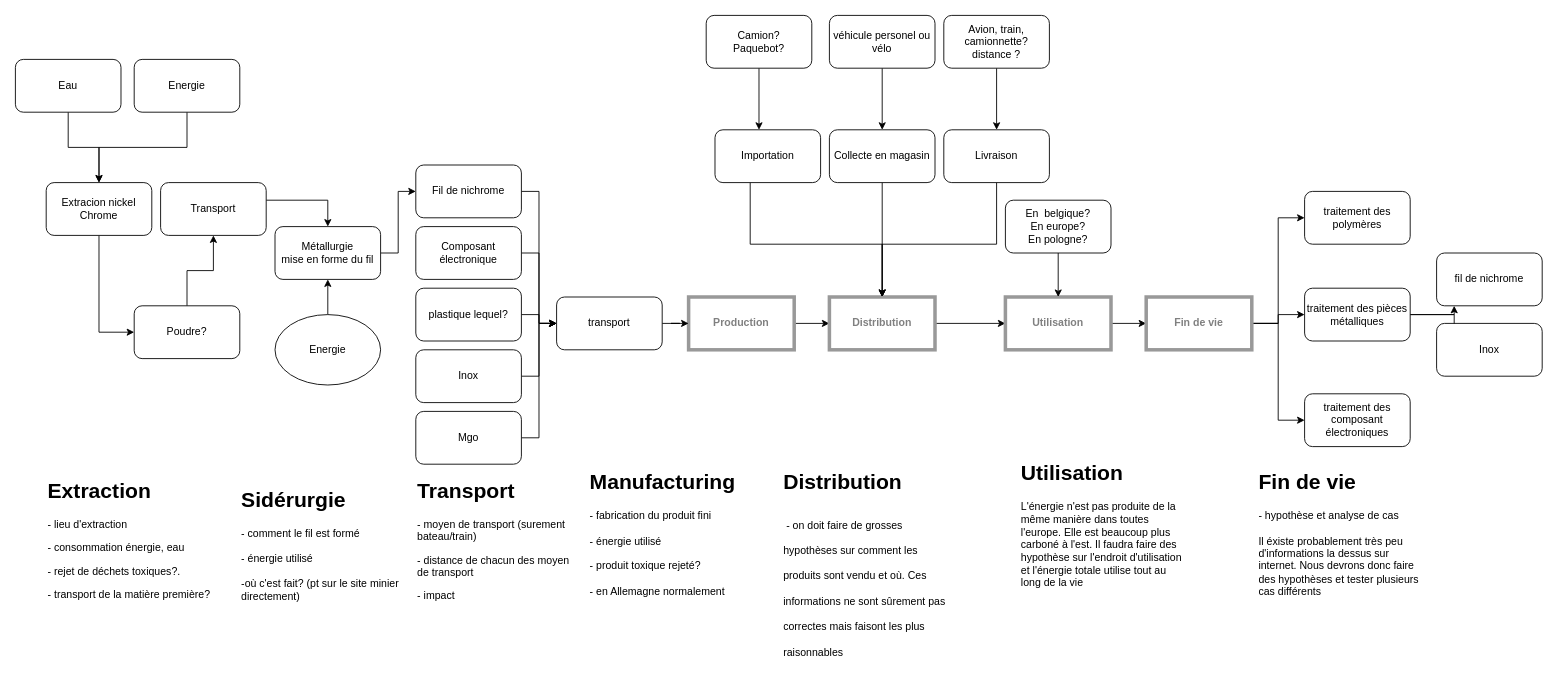
Above: FLOWCHART.drawio in rbellens1/ProjetChimie (draw.io), before the change. Source tidied: cells renumbered, new cells numbered last; positions are measured from the earlier drawing's top-left corner, leaving out a move shared by most shapes. Both pictures are drawn from the tidied source at 88%, with x=0, y=0 at pixel (15, 15).
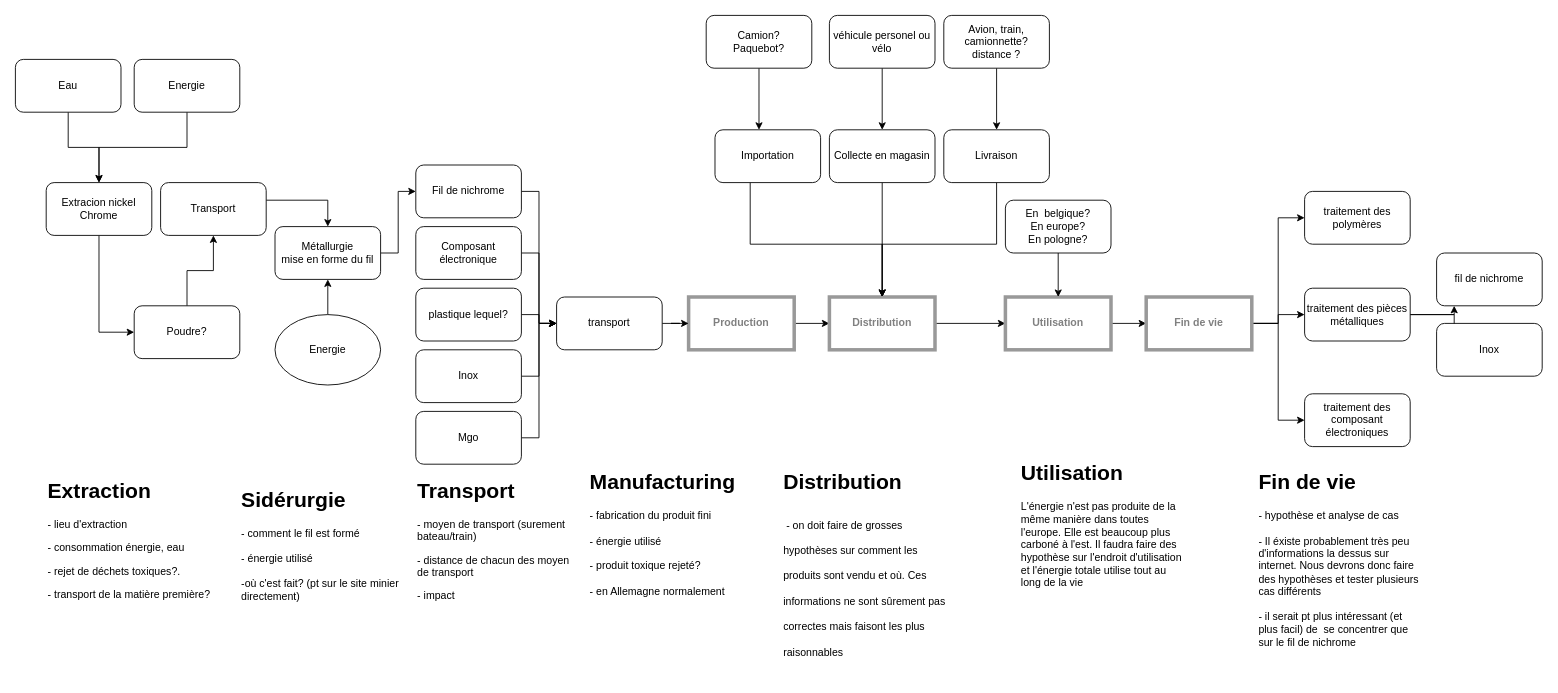
The same diagram, later.

Change to the diagram source:
```diff
@@
-    <mxCell id="13" value="&lt;h1 style=&quot;margin-top: 0px;&quot;&gt;Fin de vie&lt;/h1&gt;&lt;div&gt;&lt;span style=&quot;background-color: initial;&quot;&gt;- hypothèse et analyse de cas&lt;/span&gt;&lt;/div&gt;&lt;div&gt;&lt;br&gt;&lt;/div&gt;&lt;div&gt;Il éxiste probablement très peu d'informations la dessus sur internet. Nous devrons donc faire des hypothèses et tester plusieurs cas différents&lt;/div&gt;" style="text;html=1;whiteSpace=wrap;overflow=hidden;rounded=0;" parent="1" vertex="1">
+    <mxCell id="13" value="&lt;h1 style=&quot;margin-top: 0px;&quot;&gt;Fin de vie&lt;/h1&gt;&lt;div&gt;&lt;span style=&quot;background-color: initial;&quot;&gt;- hypothèse et analyse de cas&lt;/span&gt;&lt;/div&gt;&lt;div&gt;&lt;br&gt;&lt;/div&gt;&lt;div&gt;- Il éxiste probablement très peu d'informations la dessus sur internet. Nous devrons donc faire des hypothèses et tester plusieurs cas différents&lt;/div&gt;&lt;div&gt;&lt;br&gt;&lt;/div&gt;&lt;div&gt;- il serait pt plus intéressant (et plus facil) de&amp;nbsp; se concentrer que sur le fil de nichrome&lt;/div&gt;" style="text;html=1;whiteSpace=wrap;overflow=hidden;rounded=0;" parent="1" vertex="1">
       <mxGeometry x="1411" y="510" width="190" height="220" as="geometry" />
     </mxCell>
```
